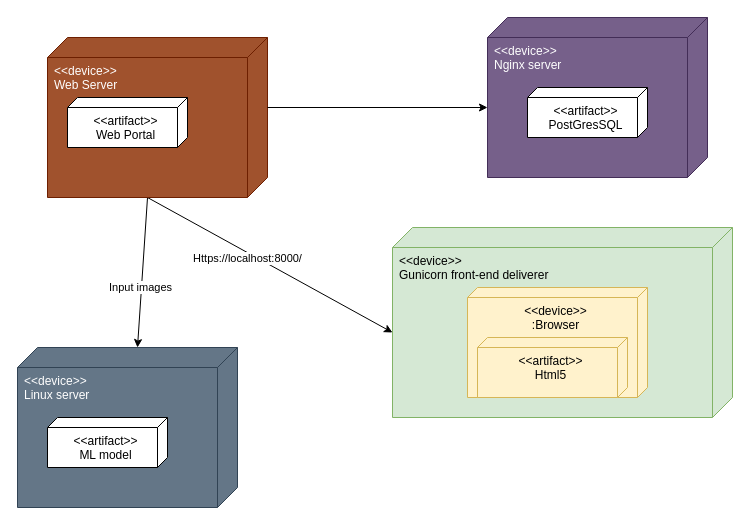
This is deployment_GBSD.drawio from mabdulrafea101/sohaib_fyp_docs, a draw.io file, before an edit. Source tidied: cells renumbered, new cells numbered last; positions are measured from the earlier drawing's top-left corner, leaving out a move shared by most shapes. Both pictures are drawn from the tidied source at 100%, with x=0, y=0 at pixel (17, 17).
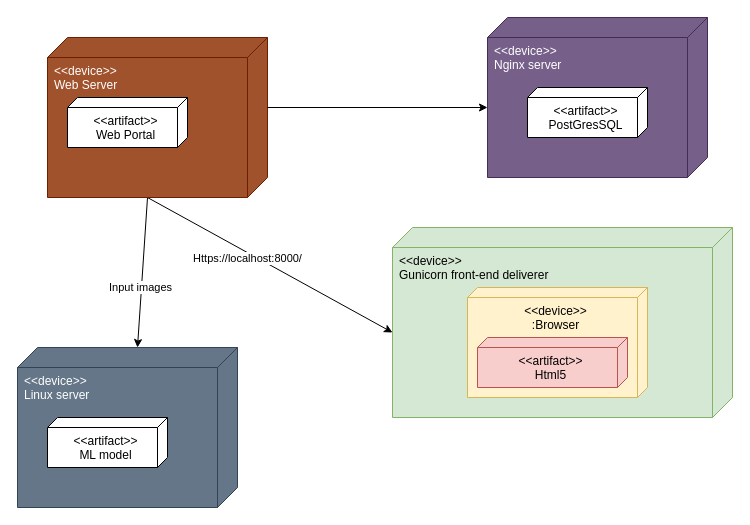
The same page after the edit.

Diff of the diagram source:
```diff
@@
 <mxGraphModel>
   <root>
     <mxCell id="0" />
     <mxCell id="1" parent="0" />
     <mxCell id="2" style="rounded=0;jettySize=auto;html=1;exitX=0;exitY=0;exitDx=160;exitDy=120;exitPerimeter=0;entryX=0;entryY=0;entryDx=105;entryDy=340;entryPerimeter=0;" parent="1" edge="1" source="6" target="10">
       <mxGeometry relative="1" as="geometry" />
     </mxCell>
     <mxCell id="3" value="Https://localhost:8000/" style="edgeLabel;html=1;align=center;verticalAlign=middle;" parent="2" vertex="1">
       <mxGeometry x="-0.39" y="3" relative="1" as="geometry">
         <mxPoint x="24" y="22" as="offset" />
       </mxGeometry>
     </mxCell>
     <mxCell id="4" style="edgeStyle=none;rounded=0;jettySize=auto;html=1;exitX=0;exitY=0;exitDx=160;exitDy=120;exitPerimeter=0;entryX=0;entryY=0;entryDx=0;entryDy=100;entryPerimeter=0;" parent="1" edge="1" source="6" target="13">
       <mxGeometry relative="1" as="geometry" />
     </mxCell>
     <mxCell id="5" value="Input images" style="edgeLabel;html=1;align=center;verticalAlign=middle;" parent="4" vertex="1">
       <mxGeometry x="0.2" y="-2" relative="1" as="geometry" />
     </mxCell>
     <mxCell id="6" value="&amp;lt;&amp;lt;device&amp;gt;&amp;gt;&lt;br&gt;Web Server" style="verticalAlign=top;align=left;shape=cube;size=20;direction=south;fontStyle=0;html=1;boundedLbl=1;spacingLeft=5;fillColor=#a0522d;fontColor=#ffffff;strokeColor=#6D1F00;" parent="1" vertex="1">
       <mxGeometry x="30" y="20" width="220" height="160" as="geometry" />
     </mxCell>
     <mxCell id="7" value="&amp;lt;&amp;lt;artifact&amp;gt;&amp;gt;&lt;br&gt;Web Portal" style="verticalAlign=top;align=center;shape=cube;size=10;direction=south;html=1;boundedLbl=1;spacingLeft=5;" parent="6" vertex="1">
       <mxGeometry width="120" height="50" relative="1" as="geometry">
         <mxPoint x="20" y="60" as="offset" />
       </mxGeometry>
     </mxCell>
     <mxCell id="8" value="&amp;lt;&amp;lt;device&amp;gt;&amp;gt;&lt;br&gt;Nginx server" style="verticalAlign=top;align=left;shape=cube;size=20;direction=south;fontStyle=0;html=1;boundedLbl=1;spacingLeft=5;fillColor=#76608a;fontColor=#ffffff;strokeColor=#432D57;" parent="1" vertex="1">
       <mxGeometry x="470" width="220" height="160" as="geometry" />
     </mxCell>
     <mxCell id="9" value="&amp;lt;&amp;lt;artifact&amp;gt;&amp;gt;&lt;br&gt;PostGresSQL" style="verticalAlign=top;align=center;shape=cube;size=10;direction=south;html=1;boundedLbl=1;spacingLeft=5;" parent="8" vertex="1">
       <mxGeometry width="120" height="50" relative="1" as="geometry">
         <mxPoint x="40" y="70" as="offset" />
       </mxGeometry>
     </mxCell>
     <mxCell id="10" value="&amp;lt;&amp;lt;device&amp;gt;&amp;gt;&lt;br&gt;Gunicorn front-end deliverer" style="verticalAlign=top;align=left;shape=cube;size=20;direction=south;fontStyle=0;html=1;boundedLbl=1;spacingLeft=5;fillColor=#d5e8d4;strokeColor=#82b366;" parent="1" vertex="1">
       <mxGeometry x="375" y="210" width="340" height="190" as="geometry" />
     </mxCell>
     <mxCell id="11" value="&amp;lt;&amp;lt;device&amp;gt;&amp;gt;&lt;br&gt;:Browser" style="verticalAlign=top;align=center;shape=cube;size=10;direction=south;html=1;boundedLbl=1;spacingLeft=5;fillColor=#fff2cc;strokeColor=#d6b656;" parent="10" vertex="1">
       <mxGeometry width="180" height="110" relative="1" as="geometry">
         <mxPoint x="75" y="60" as="offset" />
       </mxGeometry>
     </mxCell>
-    <mxCell id="12" value="&amp;lt;&amp;lt;artifact&amp;gt;&amp;gt;&lt;br&gt;Html5" style="verticalAlign=top;align=center;shape=cube;size=10;direction=south;html=1;boundedLbl=1;spacingLeft=5;fillColor=#fff2cc;strokeColor=#d6b656;" parent="10" vertex="1">
-      <mxGeometry width="150" height="60" relative="1" as="geometry">
+    <mxCell id="12" value="&amp;lt;&amp;lt;artifact&amp;gt;&amp;gt;&lt;br&gt;Html5" style="verticalAlign=top;align=center;shape=cube;size=10;direction=south;html=1;boundedLbl=1;spacingLeft=5;fillColor=#f8cecc;strokeColor=#b85450;" parent="10" vertex="1">
+      <mxGeometry width="150" height="50" relative="1" as="geometry">
         <mxPoint x="85" y="110" as="offset" />
       </mxGeometry>
     </mxCell>
     <mxCell id="13" value="&amp;lt;&amp;lt;device&amp;gt;&amp;gt;&lt;br&gt;Linux server" style="verticalAlign=top;align=left;shape=cube;size=20;direction=south;fontStyle=0;html=1;boundedLbl=1;spacingLeft=5;fillColor=#647687;fontColor=#ffffff;strokeColor=#314354;" parent="1" vertex="1">
       <mxGeometry y="330" width="220" height="160" as="geometry" />
     </mxCell>
     <mxCell id="14" value="&amp;lt;&amp;lt;artifact&amp;gt;&amp;gt;&lt;br&gt;ML model" style="verticalAlign=top;align=center;shape=cube;size=10;direction=south;html=1;boundedLbl=1;spacingLeft=5;" parent="13" vertex="1">
       <mxGeometry width="120" height="50" relative="1" as="geometry">
         <mxPoint x="30" y="70" as="offset" />
       </mxGeometry>
     </mxCell>
     <mxCell id="15" style="rounded=0;jettySize=auto;html=1;exitX=0;exitY=0;exitDx=70;exitDy=0;exitPerimeter=0;entryX=0;entryY=0;entryDx=90;entryDy=220;entryPerimeter=0;" parent="1" edge="1" source="6" target="8">
       <mxGeometry relative="1" as="geometry" />
     </mxCell>
   </root>
 </mxGraphModel>
```
